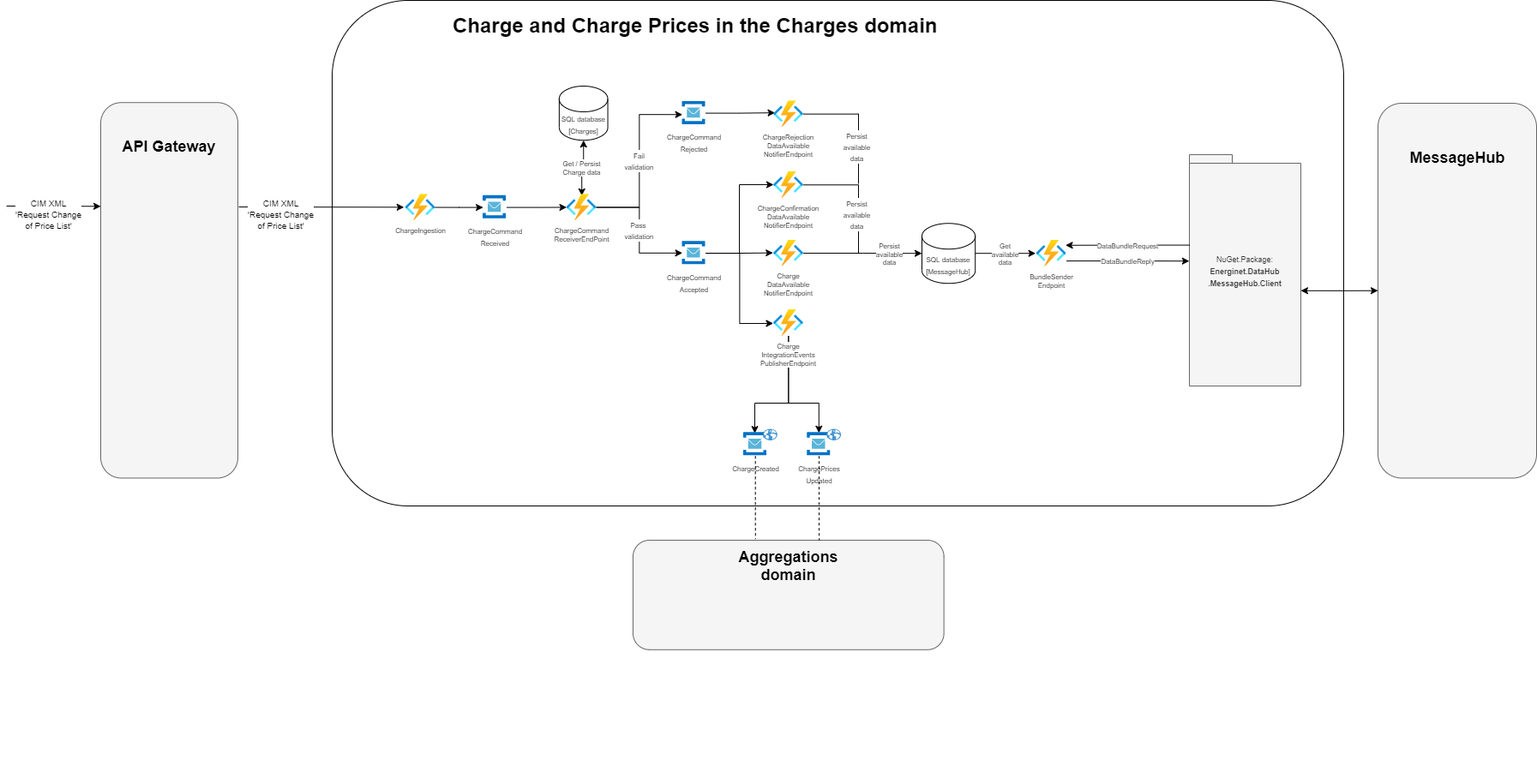
Energinet-DataHub/ARCHIVED-geh-charges keeps this draw.io diagram as ARCHITECTURE-ChargeAndChargePrices.png. Above is the earlier version. Source tidied: cells renumbered, new cells last; positions are measured from the earlier drawing's top-left corner, leaving out a move shared by most shapes.
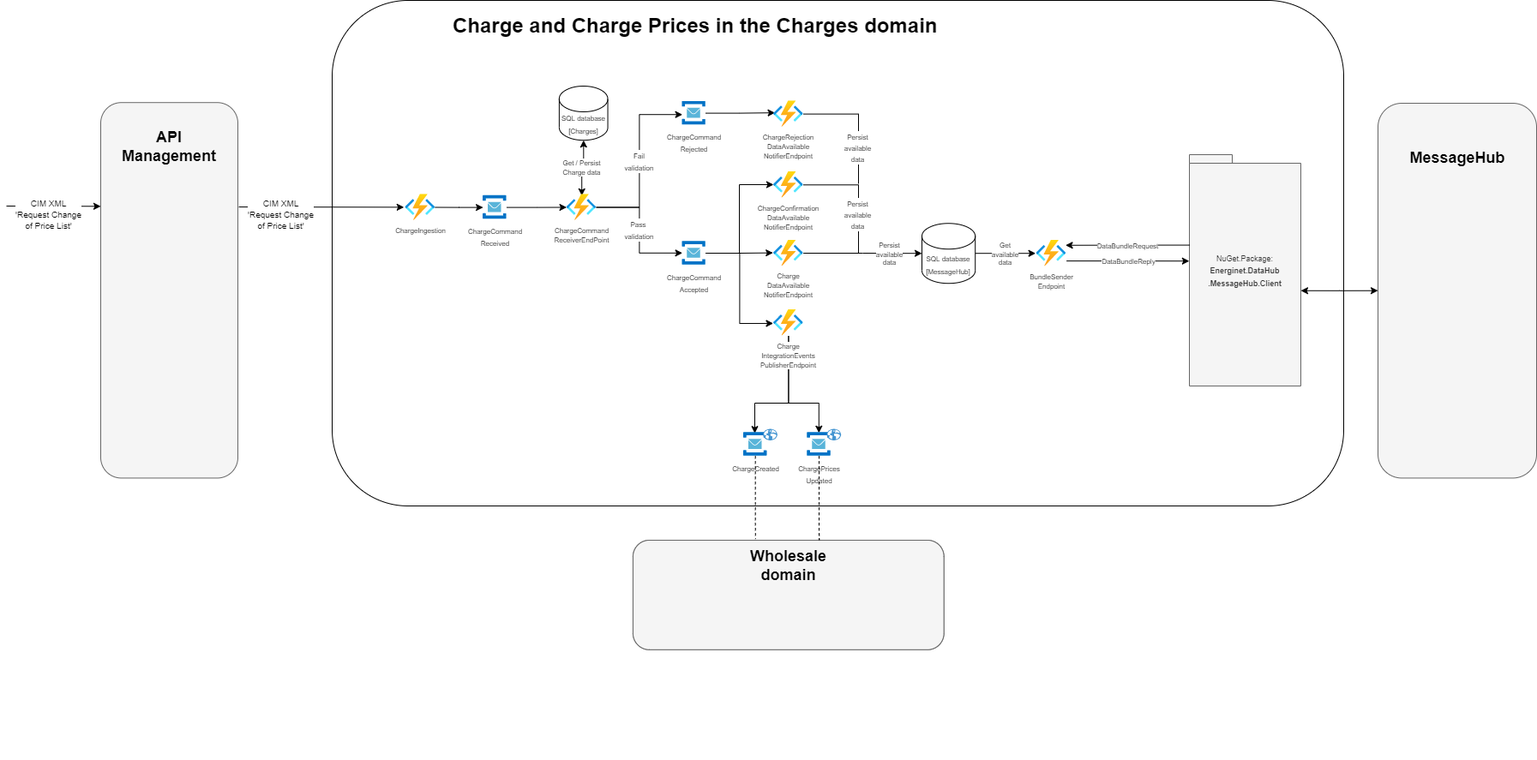
After the change.

Commit message:
Changed API gateway to mgmt and Agg to Wholesale

Diff of the diagram source:
```diff
@@ -126,6 +126,24 @@
     <mxCell id="36" value="&lt;b&gt;&lt;font style=&quot;font-size: 18px&quot;&gt;Aggregations domain&lt;/font&gt;&lt;/b&gt;" style="text;html=1;strokeColor=none;fillColor=none;align=center;verticalAlign=middle;whiteSpace=wrap;rounded=0;" parent="34" vertex="1">
       <mxGeometry x="102" y="9.1" width="158.7" height="41.2" as="geometry" />
     </mxCell>
+    <mxCell id="56" style="edgeStyle=orthogonalEdgeStyle;rounded=0;jettySize=auto;html=1;dashed=1;endArrow=none;endFill=0;entryX=0.599;entryY=0;entryDx=0;entryDy=0;entryPerimeter=0;" parent="34" edge="1" target="58">
+      <mxGeometry relative="1" as="geometry">
+        <mxPoint x="217" y="-98.3" as="sourcePoint" />
+        <Array as="points">
+          <mxPoint x="217" y="-10" />
+          <mxPoint x="217" y="-10" />
+        </Array>
+      </mxGeometry>
+    </mxCell>
+    <mxCell id="57" style="group;" parent="34" vertex="1">
+      <mxGeometry width="362.7" height="127.8" as="geometry" />
+    </mxCell>
+    <mxCell id="58" style="rounded=1;whiteSpace=wrap;html=1;fillColor=#f5f5f5;strokeColor=#666666;fontColor=#333333;" parent="57" vertex="1">
+      <mxGeometry width="362.7" height="127.8" as="geometry" />
+    </mxCell>
+    <mxCell id="59" value="&lt;b&gt;&lt;font style=&quot;font-size: 18px&quot;&gt;Wholesale&lt;br&gt;domain&lt;/font&gt;&lt;/b&gt;" style="text;html=1;strokeColor=none;fillColor=none;align=center;verticalAlign=middle;whiteSpace=wrap;rounded=0;" parent="57" vertex="1">
+      <mxGeometry x="102" y="9.1" width="158.7" height="41.2" as="geometry" />
+    </mxCell>
     <mxCell id="37" style="edgeStyle=orthogonalEdgeStyle;rounded=0;jettySize=auto;html=1;dashed=1;endArrow=none;endFill=0;entryX=0.599;entryY=0;entryDx=0;entryDy=0;entryPerimeter=0;" parent="2" edge="1" source="31" target="35">
       <mxGeometry relative="1" as="geometry">
         <Array as="points">
@@ -166,7 +184,7 @@
     <mxCell id="46" style="rounded=1;whiteSpace=wrap;html=1;fillColor=#f5f5f5;strokeColor=#666666;fontColor=#333333;" parent="1" vertex="1">
       <mxGeometry x="110" y="119.2" width="160" height="438.2" as="geometry" />
     </mxCell>
-    <mxCell id="47" value="&lt;b&gt;&lt;font style=&quot;font-size: 18px&quot;&gt;API Gateway&lt;/font&gt;&lt;/b&gt;" style="text;html=1;strokeColor=none;fillColor=none;align=center;verticalAlign=middle;whiteSpace=wrap;rounded=0;" parent="1" vertex="1">
+    <mxCell id="47" value="&lt;b&gt;&lt;font style=&quot;font-size: 18px&quot;&gt;API&lt;br&gt;Management&lt;br&gt;&lt;/font&gt;&lt;/b&gt;" style="text;html=1;strokeColor=none;fillColor=none;align=center;verticalAlign=middle;whiteSpace=wrap;rounded=0;" parent="1" vertex="1">
       <mxGeometry x="115" y="160" width="150" height="22.6" as="geometry" />
     </mxCell>
     <mxCell id="48" value="&lt;span style=&quot;font-size: x-small&quot;&gt;CIM XML&lt;/span&gt;&lt;br style=&quot;font-size: x-small&quot;&gt;&lt;span style=&quot;font-size: x-small&quot;&gt;'Request Change&lt;/span&gt;&lt;br style=&quot;font-size: x-small&quot;&gt;&lt;span style=&quot;font-size: x-small&quot;&gt;of Price List'&lt;/span&gt;" style="endArrow=classic;html=1;entryX=-0.048;entryY=0.494;entryDx=0;entryDy=0;entryPerimeter=0;exitX=1.007;exitY=0.278;exitDx=0;exitDy=0;exitPerimeter=0;" parent="1" edge="1" source="46" target="8">
```
